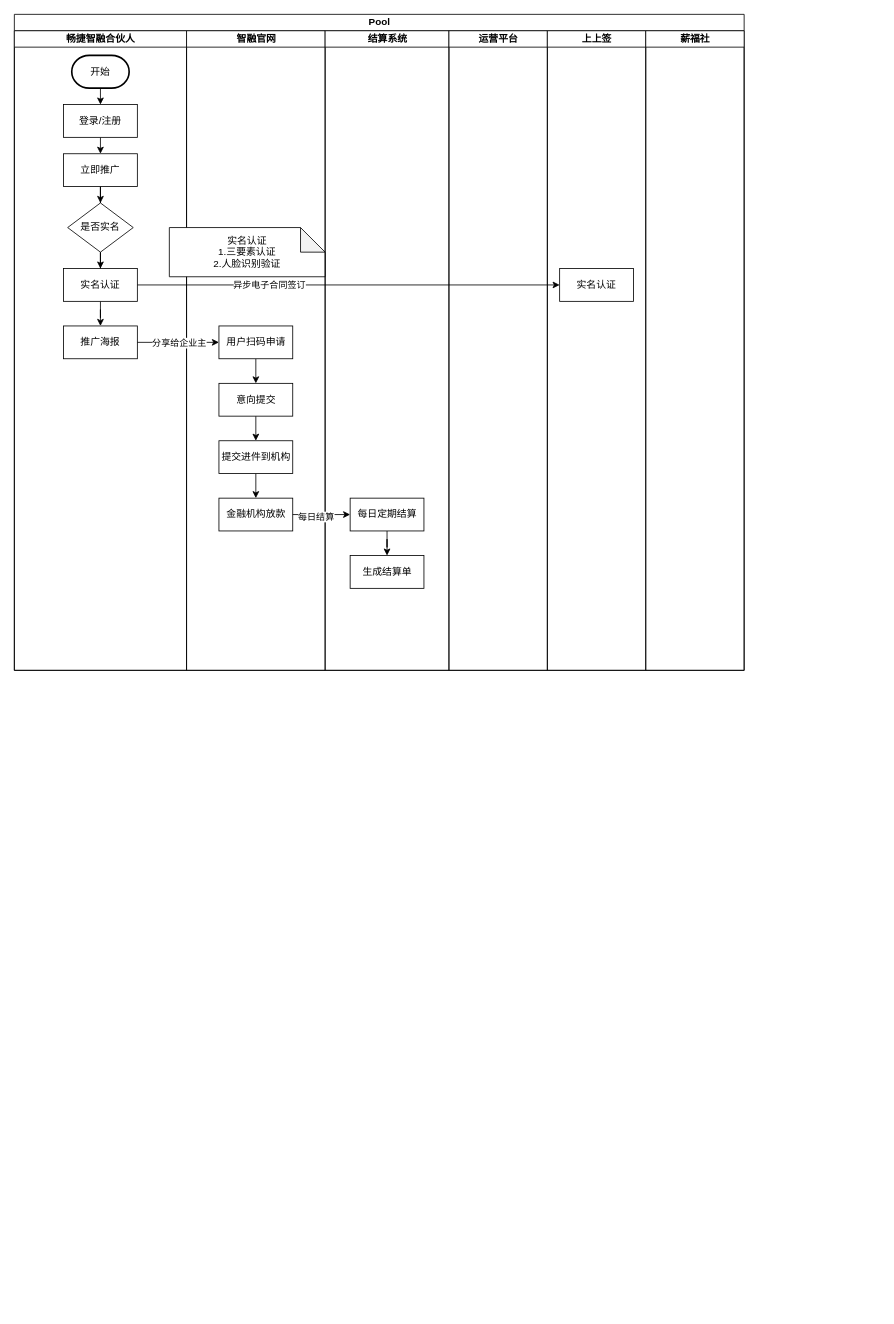
Above: page "第 4 页" (4 of 5) of 未命名绘图.drawio in 789489498/kafka-trunk (draw.io), before the change. Source tidied: cells renumbered, new cells numbered last; positions are measured from the earlier drawing's top-left corner, leaving out a move shared by most shapes. Both pictures are drawn from the tidied source at 82%, with x=0, y=0 at pixel (14, 14).
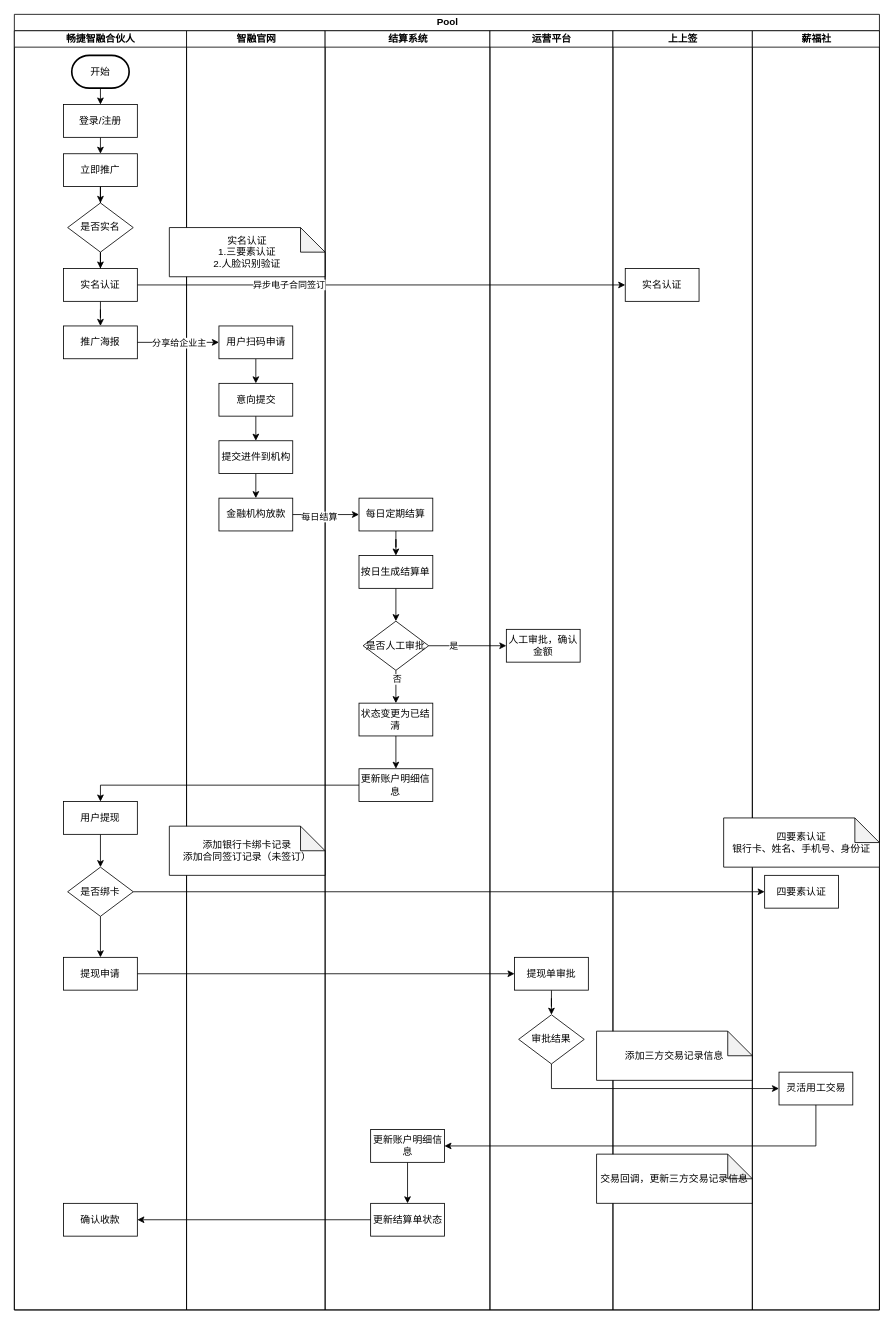
The same diagram, later.

Change to the diagram source:
```diff
@@
     <mxCell id="2" value="Pool" style="swimlane;startSize=20;html=1;" parent="1" vertex="1">
-      <mxGeometry width="890" height="800" as="geometry" />
+      <mxGeometry width="1055" height="1580" as="geometry" />
     </mxCell>
     <mxCell id="3" value="畅捷智融合伙人" style="swimlane;startSize=20;html=1;" parent="2" vertex="1">
-      <mxGeometry y="20" width="210" height="780" as="geometry" />
+      <mxGeometry y="20" width="210" height="1560" as="geometry" />
     </mxCell>
@@
+    <mxCell id="38" style="edgeStyle=orthogonalEdgeStyle;rounded=0;jettySize=auto;html=1;exitX=0.5;exitY=1;exitDx=0;exitDy=0;entryX=0.5;entryY=0;entryDx=0;entryDy=0;" parent="3" edge="1" source="39" target="41">
+      <mxGeometry relative="1" as="geometry" />
+    </mxCell>
+    <mxCell id="39" value="用户提现" style="rounded=0;whiteSpace=wrap;html=1;" parent="3" vertex="1">
+      <mxGeometry x="60" y="940" width="90" height="40" as="geometry" />
+    </mxCell>
+    <mxCell id="40" style="edgeStyle=orthogonalEdgeStyle;rounded=0;jettySize=auto;html=1;exitX=0.5;exitY=1;exitDx=0;exitDy=0;" parent="3" edge="1" source="41" target="42">
+      <mxGeometry relative="1" as="geometry" />
+    </mxCell>
+    <mxCell id="41" value="是否绑卡" style="rhombus;whiteSpace=wrap;html=1;" parent="3" vertex="1">
+      <mxGeometry x="65" y="1020" width="80" height="60" as="geometry" />
+    </mxCell>
+    <mxCell id="42" value="提现申请" style="rounded=0;whiteSpace=wrap;html=1;" parent="3" vertex="1">
+      <mxGeometry x="60" y="1130" width="90" height="40" as="geometry" />
+    </mxCell>
+    <mxCell id="43" value="确认收款" style="rounded=0;whiteSpace=wrap;html=1;" parent="3" vertex="1">
+      <mxGeometry x="60" y="1430" width="90" height="40" as="geometry" />
+    </mxCell>
     <mxCell id="15" value="智融官网" style="swimlane;startSize=20;html=1;" parent="2" vertex="1">
-      <mxGeometry x="210" y="20" width="169" height="780" as="geometry" />
+      <mxGeometry x="210" y="20" width="169" height="1560" as="geometry" />
     </mxCell>
@@
+    <mxCell id="44" value="添加银行卡绑卡记录&lt;br&gt;添加合同签订记录（未签订）" style="shape=note;whiteSpace=wrap;html=1;backgroundOutline=1;darkOpacity=0.05;" parent="15" vertex="1">
+      <mxGeometry x="-21" y="970" width="190" height="60" as="geometry" />
+    </mxCell>
     <mxCell id="24" value="结算系统" style="swimlane;startSize=20;html=1;" parent="2" vertex="1">
-      <mxGeometry x="379" y="20" width="151" height="780" as="geometry" />
+      <mxGeometry x="379" y="20" width="201" height="1560" as="geometry" />
     </mxCell>
@@
     <mxCell id="26" value="每日定期结算" style="rounded=0;whiteSpace=wrap;html=1;" parent="24" vertex="1">
-      <mxGeometry x="30.5" y="570" width="90" height="40" as="geometry" />
+      <mxGeometry x="41.3" y="570" width="90" height="40" as="geometry" />
     </mxCell>
+    <mxCell id="45" style="edgeStyle=orthogonalEdgeStyle;rounded=0;jettySize=auto;html=1;exitX=0.5;exitY=1;exitDx=0;exitDy=0;" parent="24" edge="1" source="27" target="48">
+      <mxGeometry relative="1" as="geometry" />
+    </mxCell>
-    <mxCell id="27" value="生成结算单" style="rounded=0;whiteSpace=wrap;html=1;" parent="24" vertex="1">
-      <mxGeometry x="30.5" y="640" width="90" height="40" as="geometry" />
+    <mxCell id="27" value="按日生成结算单" style="rounded=0;whiteSpace=wrap;html=1;" parent="24" vertex="1">
+      <mxGeometry x="41.3" y="640" width="90" height="40" as="geometry" />
     </mxCell>
+    <mxCell id="46" style="edgeStyle=orthogonalEdgeStyle;rounded=0;jettySize=auto;html=1;exitX=0.5;exitY=1;exitDx=0;exitDy=0;" parent="24" edge="1" source="48" target="50">
+      <mxGeometry relative="1" as="geometry" />
+    </mxCell>
+    <mxCell id="47" value="否" style="edgeLabel;html=1;align=center;verticalAlign=middle;" parent="46" vertex="1">
+      <mxGeometry x="-0.5" y="1" relative="1" as="geometry" />
+    </mxCell>
+    <mxCell id="48" value="是否人工审批" style="rhombus;whiteSpace=wrap;html=1;" parent="24" vertex="1">
+      <mxGeometry x="46.3" y="720" width="80" height="60" as="geometry" />
+    </mxCell>
+    <mxCell id="49" style="edgeStyle=orthogonalEdgeStyle;rounded=0;jettySize=auto;html=1;exitX=0.5;exitY=1;exitDx=0;exitDy=0;" parent="24" edge="1" source="50" target="51">
+      <mxGeometry relative="1" as="geometry" />
+    </mxCell>
+    <mxCell id="50" value="状态变更为已结清" style="rounded=0;whiteSpace=wrap;html=1;" parent="24" vertex="1">
+      <mxGeometry x="41.3" y="820" width="90" height="40" as="geometry" />
+    </mxCell>
+    <mxCell id="51" value="更新账户明细信息" style="rounded=0;whiteSpace=wrap;html=1;" parent="24" vertex="1">
+      <mxGeometry x="41.3" y="900" width="90" height="40" as="geometry" />
+    </mxCell>
+    <mxCell id="52" style="edgeStyle=orthogonalEdgeStyle;rounded=0;jettySize=auto;html=1;exitX=0.5;exitY=1;exitDx=0;exitDy=0;" parent="24" edge="1" source="53" target="54">
+      <mxGeometry relative="1" as="geometry" />
+    </mxCell>
+    <mxCell id="53" value="更新账户明细信息" style="rounded=0;whiteSpace=wrap;html=1;" parent="24" vertex="1">
+      <mxGeometry x="55.5" y="1340" width="90" height="40" as="geometry" />
+    </mxCell>
+    <mxCell id="54" value="更新结算单状态" style="rounded=0;whiteSpace=wrap;html=1;" parent="24" vertex="1">
+      <mxGeometry x="55.5" y="1430" width="90" height="40" as="geometry" />
+    </mxCell>
     <mxCell id="28" value="运营平台" style="swimlane;startSize=20;html=1;" parent="2" vertex="1">
-      <mxGeometry x="530" y="20" width="120" height="780" as="geometry" />
+      <mxGeometry x="580" y="20" width="150" height="1560" as="geometry" />
     </mxCell>
+    <mxCell id="55" value="人工审批，确认金额" style="rounded=0;whiteSpace=wrap;html=1;" parent="28" vertex="1">
+      <mxGeometry x="20" y="730" width="90" height="40" as="geometry" />
+    </mxCell>
+    <mxCell id="56" style="edgeStyle=orthogonalEdgeStyle;rounded=0;jettySize=auto;html=1;exitX=0.5;exitY=1;exitDx=0;exitDy=0;" parent="28" edge="1" source="57" target="58">
+      <mxGeometry relative="1" as="geometry" />
+    </mxCell>
+    <mxCell id="57" value="提现单审批" style="rounded=0;whiteSpace=wrap;html=1;" parent="28" vertex="1">
+      <mxGeometry x="30" y="1130" width="90" height="40" as="geometry" />
+    </mxCell>
+    <mxCell id="58" value="审批结果" style="rhombus;whiteSpace=wrap;html=1;" parent="28" vertex="1">
+      <mxGeometry x="35" y="1200" width="80" height="60" as="geometry" />
+    </mxCell>
     <mxCell id="29" value="上上签" style="swimlane;startSize=20;html=1;" parent="2" vertex="1">
-      <mxGeometry x="650" y="20" width="120" height="780" as="geometry" />
+      <mxGeometry x="730" y="20" width="170" height="1560" as="geometry" />
     </mxCell>
@@
+    <mxCell id="59" value="添加三方交易记录信息" style="shape=note;whiteSpace=wrap;html=1;backgroundOutline=1;darkOpacity=0.05;" parent="29" vertex="1">
+      <mxGeometry x="-20" y="1220" width="190" height="60" as="geometry" />
+    </mxCell>
+    <mxCell id="60" value="交易回调，更新三方交易记录信息" style="shape=note;whiteSpace=wrap;html=1;backgroundOutline=1;darkOpacity=0.05;" parent="29" vertex="1">
+      <mxGeometry x="-20" y="1370" width="190" height="60" as="geometry" />
+    </mxCell>
     <mxCell id="31" value="薪福社" style="swimlane;startSize=20;html=1;" parent="2" vertex="1">
-      <mxGeometry x="770" y="20" width="120" height="780" as="geometry" />
+      <mxGeometry x="900" y="20" width="155" height="1560" as="geometry" />
     </mxCell>
+    <mxCell id="61" value="四要素认证" style="rounded=0;whiteSpace=wrap;html=1;" parent="31" vertex="1">
+      <mxGeometry x="15" y="1030" width="90" height="40" as="geometry" />
+    </mxCell>
+    <mxCell id="62" value="四要素认证&lt;br&gt;银行卡、姓名、手机号、身份证" style="shape=note;whiteSpace=wrap;html=1;backgroundOutline=1;darkOpacity=0.05;" parent="31" vertex="1">
+      <mxGeometry x="-35" y="960" width="190" height="60" as="geometry" />
+    </mxCell>
+    <mxCell id="63" value="灵活用工交易" style="rounded=0;whiteSpace=wrap;html=1;" parent="31" vertex="1">
+      <mxGeometry x="32.5" y="1270" width="90" height="40" as="geometry" />
+    </mxCell>
@@
+    <mxCell id="64" style="edgeStyle=orthogonalEdgeStyle;rounded=0;jettySize=auto;html=1;exitX=1;exitY=0.5;exitDx=0;exitDy=0;" parent="2" edge="1" source="48" target="55">
+      <mxGeometry relative="1" as="geometry" />
+    </mxCell>
+    <mxCell id="65" value="是" style="edgeLabel;html=1;align=center;verticalAlign=middle;" parent="64" vertex="1">
+      <mxGeometry x="-0.36" relative="1" as="geometry" />
+    </mxCell>
+    <mxCell id="66" style="edgeStyle=orthogonalEdgeStyle;rounded=0;jettySize=auto;html=1;exitX=0;exitY=0.5;exitDx=0;exitDy=0;entryX=0.5;entryY=0;entryDx=0;entryDy=0;" parent="2" edge="1" source="51" target="39">
+      <mxGeometry relative="1" as="geometry" />
+    </mxCell>
+    <mxCell id="67" style="edgeStyle=orthogonalEdgeStyle;rounded=0;jettySize=auto;html=1;exitX=1;exitY=0.5;exitDx=0;exitDy=0;" parent="2" edge="1" source="41" target="61">
+      <mxGeometry relative="1" as="geometry" />
+    </mxCell>
+    <mxCell id="68" style="edgeStyle=orthogonalEdgeStyle;rounded=0;jettySize=auto;html=1;exitX=1;exitY=0.5;exitDx=0;exitDy=0;entryX=0;entryY=0.5;entryDx=0;entryDy=0;" parent="2" edge="1" source="42" target="57">
+      <mxGeometry relative="1" as="geometry" />
+    </mxCell>
+    <mxCell id="69" style="edgeStyle=orthogonalEdgeStyle;rounded=0;jettySize=auto;html=1;exitX=0.5;exitY=1;exitDx=0;exitDy=0;entryX=0;entryY=0.5;entryDx=0;entryDy=0;" parent="2" edge="1" source="58" target="63">
+      <mxGeometry relative="1" as="geometry" />
+    </mxCell>
+    <mxCell id="70" style="edgeStyle=orthogonalEdgeStyle;rounded=0;jettySize=auto;html=1;exitX=0.5;exitY=1;exitDx=0;exitDy=0;entryX=1;entryY=0.5;entryDx=0;entryDy=0;" parent="2" edge="1" source="63" target="53">
+      <mxGeometry relative="1" as="geometry" />
+    </mxCell>
+    <mxCell id="71" style="edgeStyle=orthogonalEdgeStyle;rounded=0;jettySize=auto;html=1;exitX=0;exitY=0.5;exitDx=0;exitDy=0;entryX=1;entryY=0.5;entryDx=0;entryDy=0;" parent="2" edge="1" source="54" target="43">
+      <mxGeometry relative="1" as="geometry" />
+    </mxCell>
```
